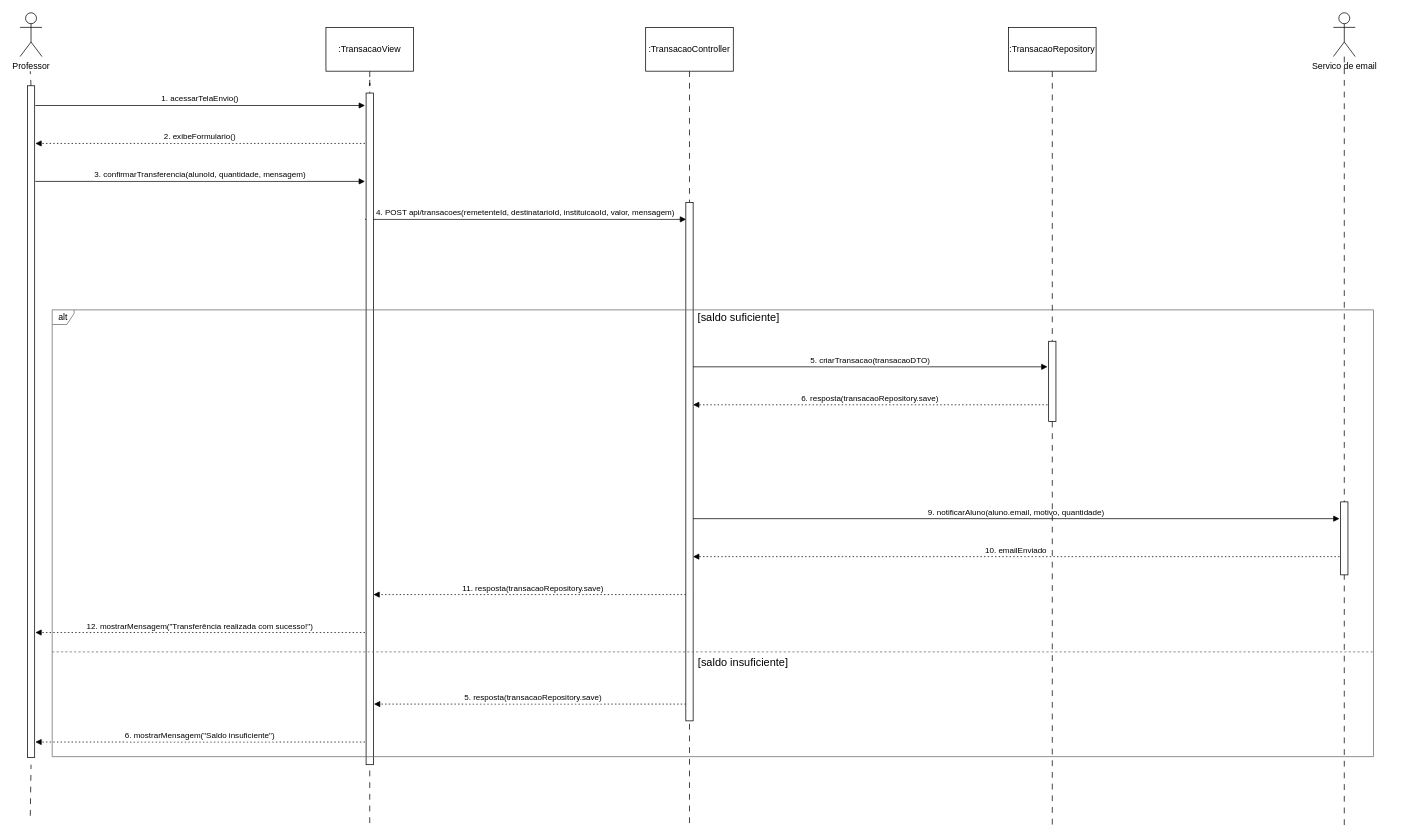
The draw.io diagram projeto/drawio/diagrama de sequencia envio de moedas.drawio in pedrolucas444/laboratorio-3, before the edit. Source tidied: cells renumbered, new cells numbered last; positions are measured from the earlier drawing's top-left corner, leaving out a move shared by most shapes. Both pictures are drawn from the tidied source at 73%, with x=0, y=0 at pixel (20, 12).
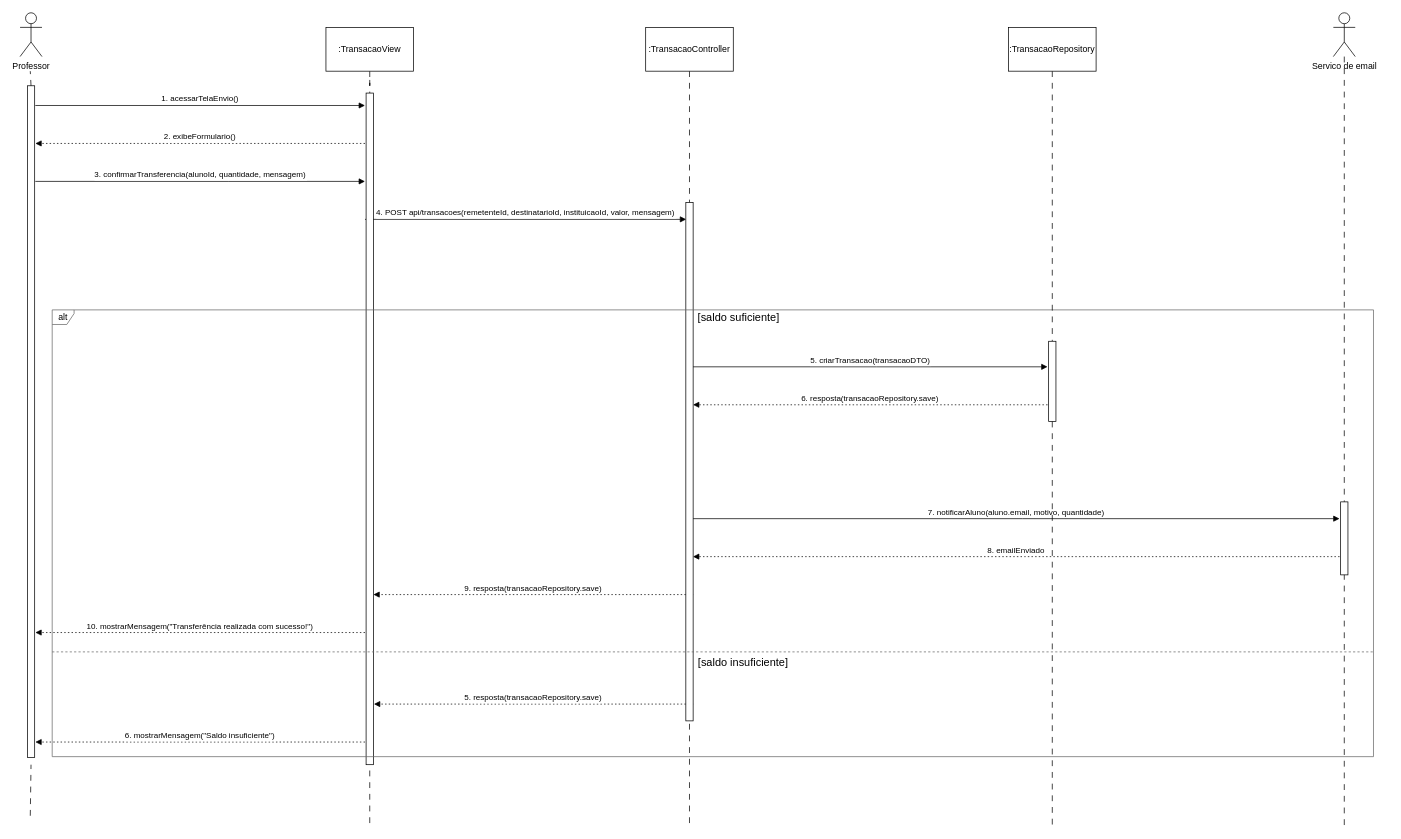
The same page after the edit.

Change to the diagram source:
```diff
@@
-    <mxCell id="8" value="9. notificarAluno(aluno.email, motivo, quantidade)" style="verticalAlign=bottom;edgeStyle=elbowEdgeStyle;elbow=vertical;curved=0;rounded=0;endArrow=block;" parent="1" edge="1">
+    <mxCell id="8" value="7. notificarAluno(aluno.email, motivo, quantidade)" style="verticalAlign=bottom;edgeStyle=elbowEdgeStyle;elbow=vertical;curved=0;rounded=0;endArrow=block;" parent="1" edge="1">
       <mxGeometry relative="1" as="geometry">
         <mxPoint x="921.8" y="693" as="sourcePoint" />
         <mxPoint x="1807.5" y="693" as="targetPoint" />
         <Array as="points">
           <mxPoint x="1373" y="693" />
         </Array>
       </mxGeometry>
     </mxCell>
-    <mxCell id="9" value="10. emailEnviado" style="verticalAlign=bottom;edgeStyle=elbowEdgeStyle;elbow=vertical;curved=0;rounded=0;dashed=1;dashPattern=2 3;endArrow=block;" parent="1" edge="1">
+    <mxCell id="9" value="8. emailEnviado" style="verticalAlign=bottom;edgeStyle=elbowEdgeStyle;elbow=vertical;curved=0;rounded=0;dashed=1;dashPattern=2 3;endArrow=block;" parent="1" edge="1">
       <mxGeometry relative="1" as="geometry">
         <mxPoint x="1807.5" y="745" as="sourcePoint" />
         <mxPoint x="921.8" y="745" as="targetPoint" />
         <Array as="points">
           <mxPoint x="1376" y="745" />
         </Array>
       </mxGeometry>
     </mxCell>
-    <mxCell id="10" value="11. resposta(transacaoRepository.save)" style="verticalAlign=bottom;edgeStyle=elbowEdgeStyle;elbow=vertical;curved=0;rounded=0;dashed=1;dashPattern=2 3;endArrow=block;" parent="1" edge="1">
+    <mxCell id="10" value="9. resposta(transacaoRepository.save)" style="verticalAlign=bottom;edgeStyle=elbowEdgeStyle;elbow=vertical;curved=0;rounded=0;dashed=1;dashPattern=2 3;endArrow=block;" parent="1" edge="1">
       <mxGeometry relative="1" as="geometry">
         <mxPoint x="922" y="797" as="sourcePoint" />
         <mxPoint x="484" y="797" as="targetPoint" />
         <Array as="points">
           <mxPoint x="669" y="797" />
         </Array>
       </mxGeometry>
     </mxCell>
-    <mxCell id="11" value="12. mostrarMensagem(&quot;Transferência realizada com sucesso!&quot;)" style="verticalAlign=bottom;edgeStyle=elbowEdgeStyle;elbow=vertical;curved=0;rounded=0;dashed=1;dashPattern=2 3;endArrow=block;" parent="1" edge="1">
+    <mxCell id="11" value="10. mostrarMensagem(&quot;Transferência realizada com sucesso!&quot;)" style="verticalAlign=bottom;edgeStyle=elbowEdgeStyle;elbow=vertical;curved=0;rounded=0;dashed=1;dashPattern=2 3;endArrow=block;" parent="1" edge="1">
       <mxGeometry relative="1" as="geometry">
         <mxPoint x="472.5" y="849" as="sourcePoint" />
         <mxPoint x="20.9" y="849" as="targetPoint" />
         <Array as="points">
           <mxPoint x="288" y="849" />
         </Array>
       </mxGeometry>
     </mxCell>
```
